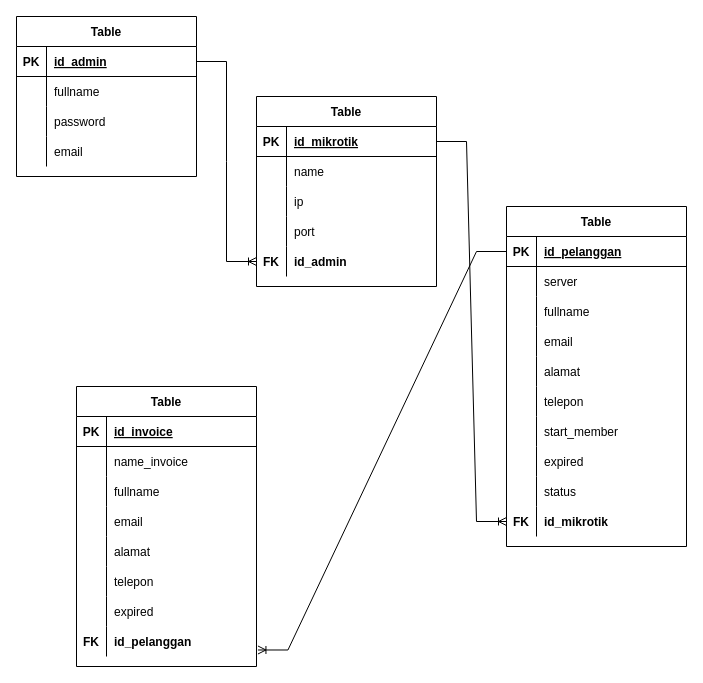
Above: Untitled Diagram.drawio in ajisetiaji101/learn_html (draw.io), before the change. Source tidied: cells renumbered, new cells numbered last; positions are measured from the earlier drawing's top-left corner, leaving out a move shared by most shapes. Both pictures are drawn from the tidied source at 100%, with x=0, y=0 at pixel (16, 16).
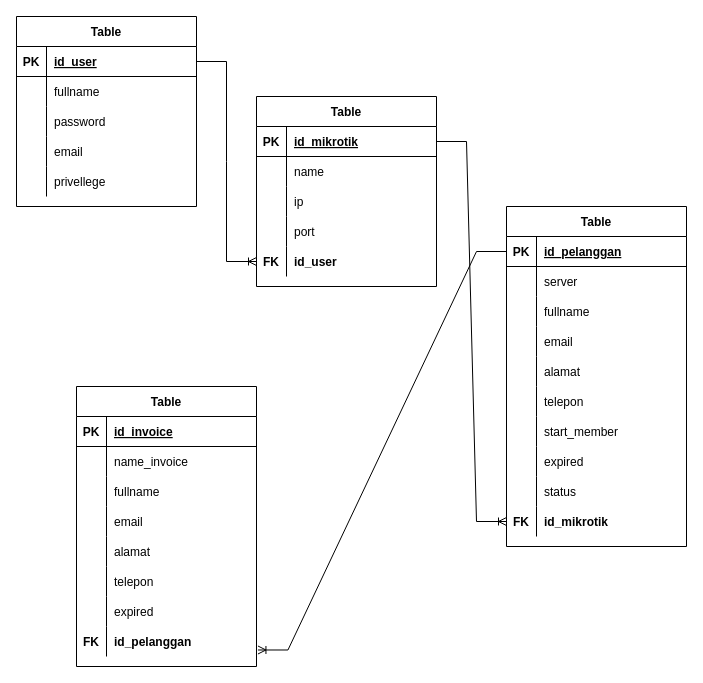
The same diagram, later.

Unchanged cells that the change refers to:
```xml
<mxCell id="3" style="shape=tableRow;horizontal=0;startSize=0;swimlaneHead=0;swimlaneBody=0;fillColor=none;points=[[0,0.5],[1,0.5]];portConstraint=eastwest;top=0;left=0;right=0;bottom=1;" parent="2" vertex="1">
  <mxGeometry y="30" width="180" height="30" as="geometry" />
</mxCell>
<mxCell id="28" style="shape=tableRow;horizontal=0;startSize=0;swimlaneHead=0;swimlaneBody=0;fillColor=none;points=[[0,0.5],[1,0.5]];portConstraint=eastwest;top=0;left=0;right=0;bottom=0;" parent="15" vertex="1">
  <mxGeometry y="150" width="180" height="30" as="geometry" />
</mxCell>
```

Change to the diagram source:
```diff
@@
     <mxCell id="2" value="Table" style="shape=table;startSize=30;childLayout=tableLayout;rowLines=0;fontStyle=1;align=center;" parent="1" vertex="1">
-      <mxGeometry width="180" height="160" as="geometry" />
+      <mxGeometry width="180" height="190" as="geometry" />
     </mxCell>
@@
-    <mxCell id="5" value="id_admin" style="shape=partialRectangle;fillColor=none;top=0;left=0;bottom=0;right=0;align=left;spacingLeft=6;fontStyle=5;overflow=hidden;" parent="3" vertex="1">
+    <mxCell id="5" value="id_user" style="shape=partialRectangle;fillColor=none;top=0;left=0;bottom=0;right=0;align=left;spacingLeft=6;fontStyle=5;overflow=hidden;" parent="3" vertex="1">
       <mxGeometry x="30" width="150" height="30" as="geometry" />
     </mxCell>
@@
+    <mxCell id="90" style="shape=tableRow;horizontal=0;startSize=0;swimlaneHead=0;swimlaneBody=0;fillColor=none;top=0;left=0;right=0;bottom=0;" parent="2" vertex="1">
+      <mxGeometry y="120" width="180" height="30" as="geometry" />
+    </mxCell>
+    <mxCell id="91" style="shape=partialRectangle;fillColor=none;top=0;left=0;bottom=0;right=0;overflow=hidden;" parent="90" vertex="1">
+      <mxGeometry width="30" height="30" as="geometry" />
+    </mxCell>
+    <mxCell id="92" value="email" style="shape=partialRectangle;fillColor=none;top=0;left=0;bottom=0;right=0;align=left;spacingLeft=6;overflow=hidden;" parent="90" vertex="1">
+      <mxGeometry x="30" width="150" height="30" as="geometry" />
+    </mxCell>
     <mxCell id="12" style="shape=tableRow;horizontal=0;startSize=0;swimlaneHead=0;swimlaneBody=0;fillColor=none;top=0;left=0;right=0;bottom=0;" parent="2" vertex="1">
-      <mxGeometry y="120" width="180" height="30" as="geometry" />
+      <mxGeometry y="150" width="180" height="30" as="geometry" />
     </mxCell>
@@
-    <mxCell id="14" value="email" style="shape=partialRectangle;fillColor=none;top=0;left=0;bottom=0;right=0;align=left;spacingLeft=6;overflow=hidden;" parent="12" vertex="1">
+    <mxCell id="14" value="privellege" style="shape=partialRectangle;fillColor=none;top=0;left=0;bottom=0;right=0;align=left;spacingLeft=6;overflow=hidden;" parent="12" vertex="1">
       <mxGeometry x="30" width="150" height="30" as="geometry" />
     </mxCell>
@@
-    <mxCell id="30" value="id_admin" style="shape=partialRectangle;fillColor=none;top=0;left=0;bottom=0;right=0;align=left;spacingLeft=6;overflow=hidden;fontStyle=1;" parent="28" vertex="1">
+    <mxCell id="30" value="id_user" style="shape=partialRectangle;fillColor=none;top=0;left=0;bottom=0;right=0;align=left;spacingLeft=6;overflow=hidden;fontStyle=1;" parent="28" vertex="1">
       <mxGeometry x="30" width="150" height="30" as="geometry" />
     </mxCell>
```
